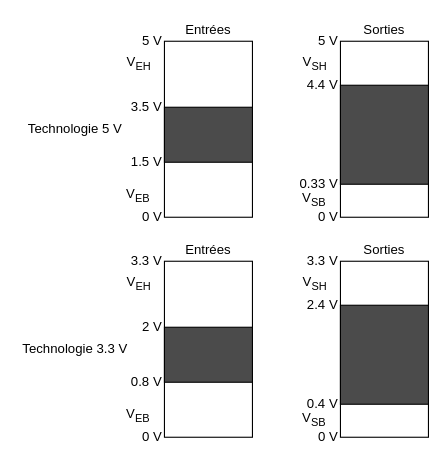
Earlier version of the draw.io diagram 1A5/Cours/Des_15-1b.drawio (JoseForest-CLJ/Draw.io-files). Source tidied: cells renumbered, new cells numbered last; positions are measured from the earlier drawing's top-left corner, leaving out a move shared by most shapes. Both pictures are drawn from the tidied source at 110%, with x=0, y=0 at pixel (19, 19).
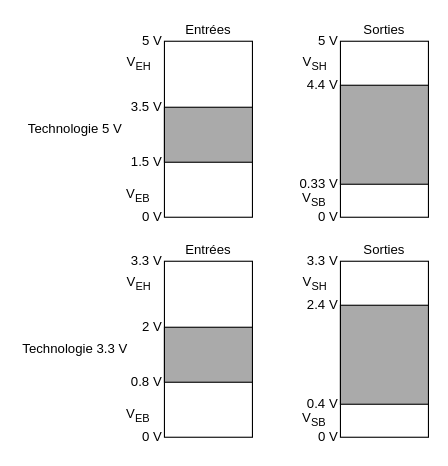
The same diagram, later.

Diff of the diagram source:
```diff
@@
-    <mxCell id="17" style="rounded=0;whiteSpace=wrap;html=1;fillColor=light-dark(#4B4B4B,#4B4B4B);" parent="1" vertex="1">
+    <mxCell id="17" style="rounded=0;whiteSpace=wrap;html=1;fillColor=light-dark(#AAAAAA,#AAAAAA);" parent="1" vertex="1">
       <mxGeometry x="132" y="80" width="80" height="50" as="geometry" />
     </mxCell>
@@
-    <mxCell id="19" style="rounded=0;whiteSpace=wrap;html=1;fillColor=light-dark(#4B4B4B,#4B4B4B);" parent="1" vertex="1">
+    <mxCell id="19" style="rounded=0;whiteSpace=wrap;html=1;fillColor=light-dark(#AAAAAA,#AAAAAA);" parent="1" vertex="1">
       <mxGeometry x="292" y="60" width="80" height="90" as="geometry" />
     </mxCell>
@@
-    <mxCell id="35" style="rounded=0;whiteSpace=wrap;html=1;fillColor=light-dark(#4B4B4B,#4B4B4B);" parent="1" vertex="1">
+    <mxCell id="35" style="rounded=0;whiteSpace=wrap;html=1;fillColor=light-dark(#AAAAAA,#AAAAAA);" parent="1" vertex="1">
       <mxGeometry x="132" y="280" width="80" height="50" as="geometry" />
     </mxCell>
@@
-    <mxCell id="37" style="rounded=0;whiteSpace=wrap;html=1;fillColor=light-dark(#4B4B4B,#4B4B4B);" parent="1" vertex="1">
+    <mxCell id="37" style="rounded=0;whiteSpace=wrap;html=1;fillColor=light-dark(#AAAAAA,#AAAAAA);" parent="1" vertex="1">
       <mxGeometry x="292" y="260" width="80" height="90" as="geometry" />
     </mxCell>
```
